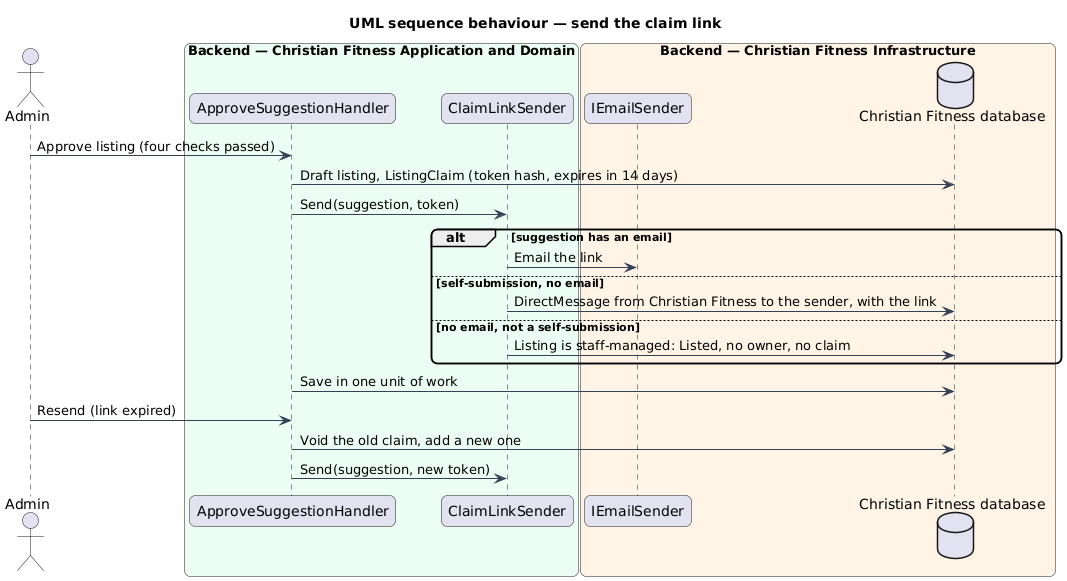
The PlantUML diagram docs/detailed-designs/directory/claim-listing/diagrams/sequence-send-link.png in QuinntyneBrown/christian-fitness, before a commit.
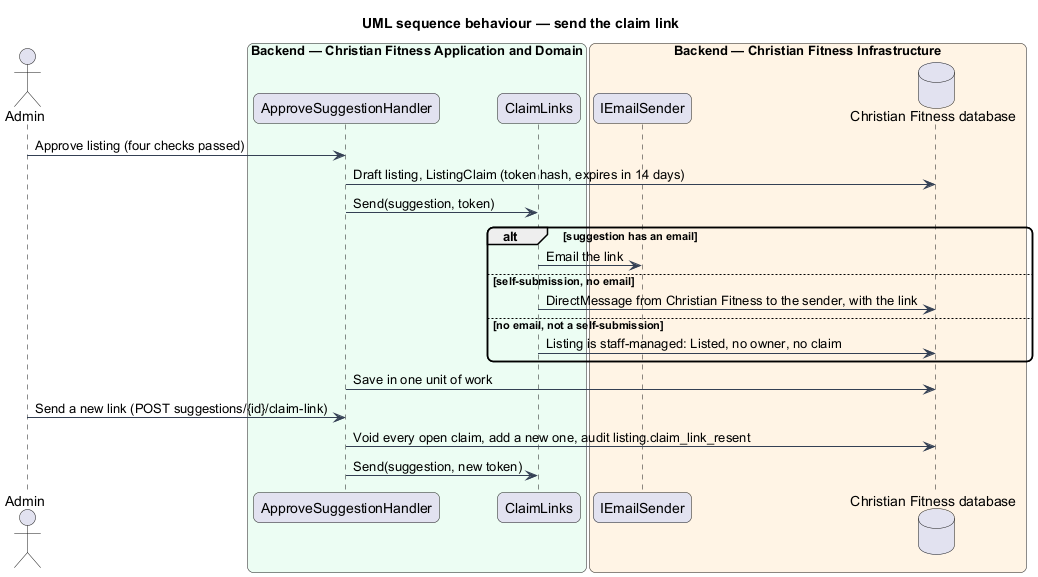
After the change.

Diff of the diagram source:
```diff
@@ -8,7 +8,7 @@
 actor "Admin" as staff
 box "Backend — Christian Fitness Application and Domain" #ECFDF3
   participant "ApproveSuggestionHandler" as h
-  participant "ClaimLinkSender" as send
+  participant "ClaimLinks" as send
 end box
 box "Backend — Christian Fitness Infrastructure" #FFF4E5
   participant "IEmailSender" as mail
@@ -25,7 +25,7 @@
   send -> db : Listing is staff-managed: Listed, no owner, no claim
 end
 h -> db : Save in one unit of work
-staff -> h : Resend (link expired)
-h -> db : Void the old claim, add a new one
+staff -> h : Send a new link (POST suggestions/{id}/claim-link)
+h -> db : Void every open claim, add a new one, audit listing.claim_link_resent
 h -> send : Send(suggestion, new token)
 @enduml
```
